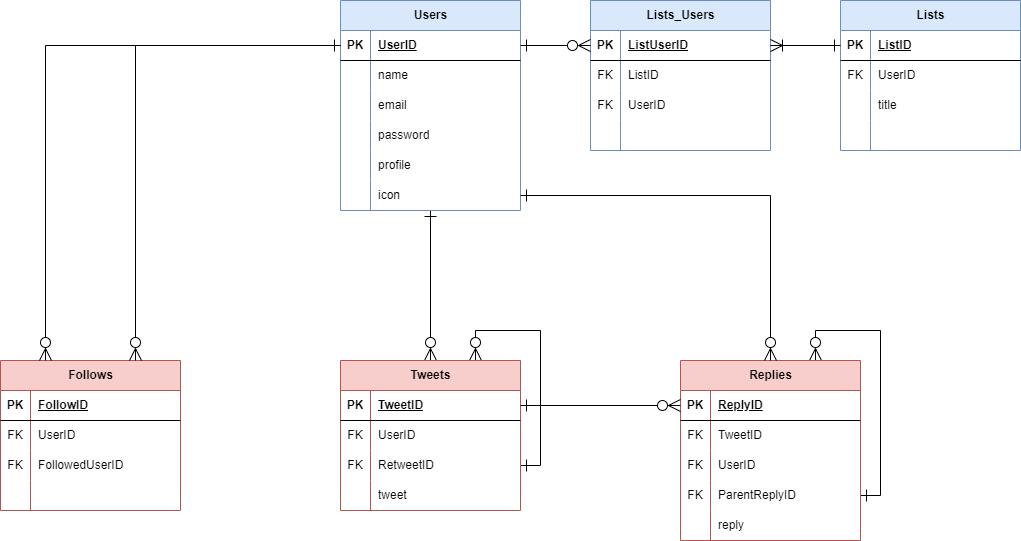
Before: Twitter.drawio.png, a diagram exported from draw.io (npakk/fjord-database-erd-practice). Source tidied: cells renumbered, new cells last; positions are measured from the earlier drawing's top-left corner, leaving out a move shared by most shapes.
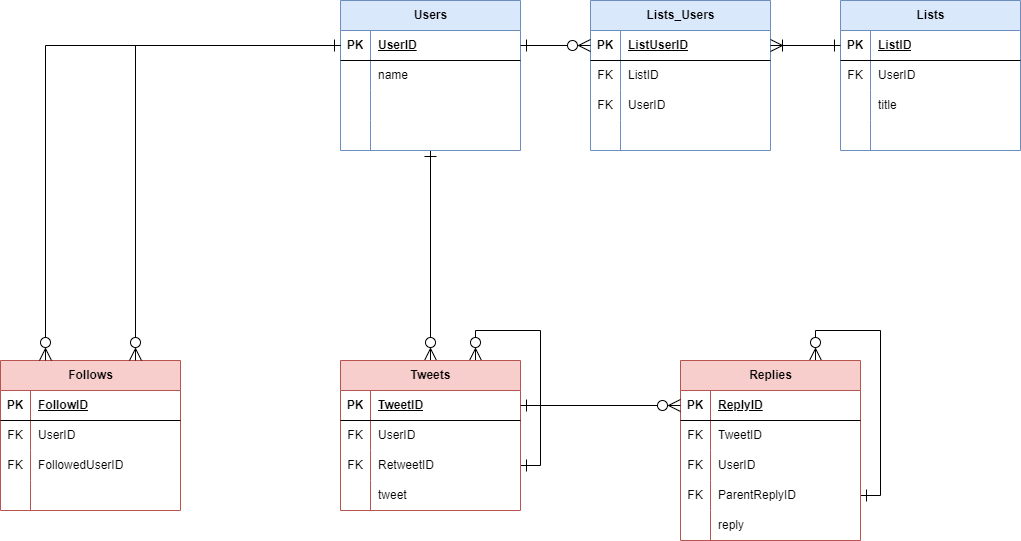
Later version of the same file.

Commit message:
Twitter.drawio.png を更新します

What changed in the source:
```diff
@@ -6,7 +6,7 @@
       <mxGeometry relative="1" as="geometry" />
     </mxCell>
     <mxCell id="3" value="Users" style="shape=table;startSize=30;rowLines=0;fontStyle=1;align=center;html=1;fillColor=#dae8fc;strokeColor=#6c8ebf;" parent="1" vertex="1">
-      <mxGeometry x="340" width="180" height="210" as="geometry" />
+      <mxGeometry x="340" width="180" height="150" as="geometry" />
     </mxCell>
     <mxCell id="4" style="shape=tableRow;horizontal=0;startSize=0;swimlaneHead=0;swimlaneBody=0;fillColor=none;points=[[0,0.5],[1,0.5]];portConstraint=eastwest;top=0;left=0;right=0;bottom=1;" parent="3" vertex="1">
       <mxGeometry y="30" width="180" height="30" as="geometry" />
@@ -32,7 +32,7 @@
     <mxCell id="11" style="shape=partialRectangle;fillColor=none;top=0;left=0;bottom=0;right=0;overflow=hidden;whiteSpace=wrap;html=1;" parent="10" vertex="1">
       <mxGeometry width="30" height="30" as="geometry" />
     </mxCell>
-    <mxCell id="12" value="email" style="shape=partialRectangle;fillColor=none;top=0;left=0;bottom=0;right=0;align=left;spacingLeft=6;overflow=hidden;whiteSpace=wrap;html=1;" parent="10" vertex="1">
+    <mxCell id="12" style="shape=partialRectangle;fillColor=none;top=0;left=0;bottom=0;right=0;align=left;spacingLeft=6;overflow=hidden;whiteSpace=wrap;html=1;" parent="10" vertex="1">
       <mxGeometry x="30" width="150" height="30" as="geometry" />
     </mxCell>
     <mxCell id="13" style="shape=tableRow;horizontal=0;startSize=0;swimlaneHead=0;swimlaneBody=0;fillColor=none;top=0;left=0;right=0;bottom=0;" parent="3" vertex="1">
@@ -41,27 +41,9 @@
     <mxCell id="14" style="shape=partialRectangle;fillColor=none;top=0;left=0;bottom=0;right=0;overflow=hidden;whiteSpace=wrap;html=1;" parent="13" vertex="1">
       <mxGeometry width="30" height="30" as="geometry" />
     </mxCell>
-    <mxCell id="15" value="password" style="shape=partialRectangle;fillColor=none;top=0;left=0;bottom=0;right=0;align=left;spacingLeft=6;overflow=hidden;whiteSpace=wrap;html=1;" parent="13" vertex="1">
+    <mxCell id="15" style="shape=partialRectangle;fillColor=none;top=0;left=0;bottom=0;right=0;align=left;spacingLeft=6;overflow=hidden;whiteSpace=wrap;html=1;" parent="13" vertex="1">
       <mxGeometry x="30" width="150" height="30" as="geometry" />
     </mxCell>
-    <mxCell id="16" style="shape=tableRow;horizontal=0;startSize=0;swimlaneHead=0;swimlaneBody=0;fillColor=none;top=0;left=0;right=0;bottom=0;" parent="3" vertex="1">
-      <mxGeometry y="150" width="180" height="30" as="geometry" />
-    </mxCell>
-    <mxCell id="17" style="shape=partialRectangle;fillColor=none;top=0;left=0;bottom=0;right=0;overflow=hidden;whiteSpace=wrap;html=1;" parent="16" vertex="1">
-      <mxGeometry width="30" height="30" as="geometry" />
-    </mxCell>
-    <mxCell id="18" value="profile" style="shape=partialRectangle;fillColor=none;top=0;left=0;bottom=0;right=0;align=left;spacingLeft=6;overflow=hidden;whiteSpace=wrap;html=1;" parent="16" vertex="1">
-      <mxGeometry x="30" width="150" height="30" as="geometry" />
-    </mxCell>
-    <mxCell id="19" style="shape=tableRow;horizontal=0;startSize=0;swimlaneHead=0;swimlaneBody=0;fillColor=none;points=[[0,0.5],[1,0.5]];portConstraint=eastwest;top=0;left=0;right=0;bottom=0;" parent="3" vertex="1">
-      <mxGeometry y="180" width="180" height="30" as="geometry" />
-    </mxCell>
-    <mxCell id="20" style="shape=partialRectangle;fillColor=none;top=0;left=0;bottom=0;right=0;overflow=hidden;whiteSpace=wrap;html=1;" parent="19" vertex="1">
-      <mxGeometry width="30" height="30" as="geometry" />
-    </mxCell>
-    <mxCell id="21" value="icon" style="shape=partialRectangle;fillColor=none;top=0;left=0;bottom=0;right=0;align=left;spacingLeft=6;overflow=hidden;whiteSpace=wrap;html=1;" parent="19" vertex="1">
-      <mxGeometry x="30" width="150" height="30" as="geometry" />
-    </mxCell>
     <mxCell id="22" style="edgeStyle=orthogonalEdgeStyle;rounded=0;jettySize=auto;html=1;exitX=1;exitY=0.5;exitDx=0;exitDy=0;entryX=0.75;entryY=0;entryDx=0;entryDy=0;endSize=10;startSize=10;endArrow=ERzeroToMany;endFill=0;startArrow=ERone;startFill=0;" parent="1" edge="1" source="31" target="24">
       <mxGeometry relative="1" as="geometry">
         <Array as="points">
@@ -298,7 +280,7 @@
         </Array>
       </mxGeometry>
     </mxCell>
-    <mxCell id="94" style="edgeStyle=orthogonalEdgeStyle;rounded=0;jettySize=auto;html=1;entryX=0.5;entryY=0;entryDx=0;entryDy=0;endSize=10;startSize=10;endArrow=ERzeroToMany;endFill=0;startArrow=ERone;startFill=0;" parent="1" edge="1" source="19" target="37">
+    <mxCell id="94" style="edgeStyle=orthogonalEdgeStyle;rounded=0;jettySize=auto;html=1;entryX=0.5;entryY=0;entryDx=0;entryDy=0;endSize=10;startSize=10;endArrow=ERzeroToMany;endFill=0;startArrow=ERone;startFill=0;" parent="1" edge="1" source="x" target="37">
       <mxGeometry relative="1" as="geometry" />
     </mxCell>
     <mxCell id="95" style="edgeStyle=orthogonalEdgeStyle;rounded=0;jettySize=auto;html=1;exitX=1;exitY=0.5;exitDx=0;exitDy=0;entryX=0;entryY=0.5;entryDx=0;entryDy=0;endSize=10;startSize=10;startArrow=ERone;startFill=0;endArrow=ERzeroToMany;endFill=0;" parent="1" edge="1" source="25" target="38">
```
